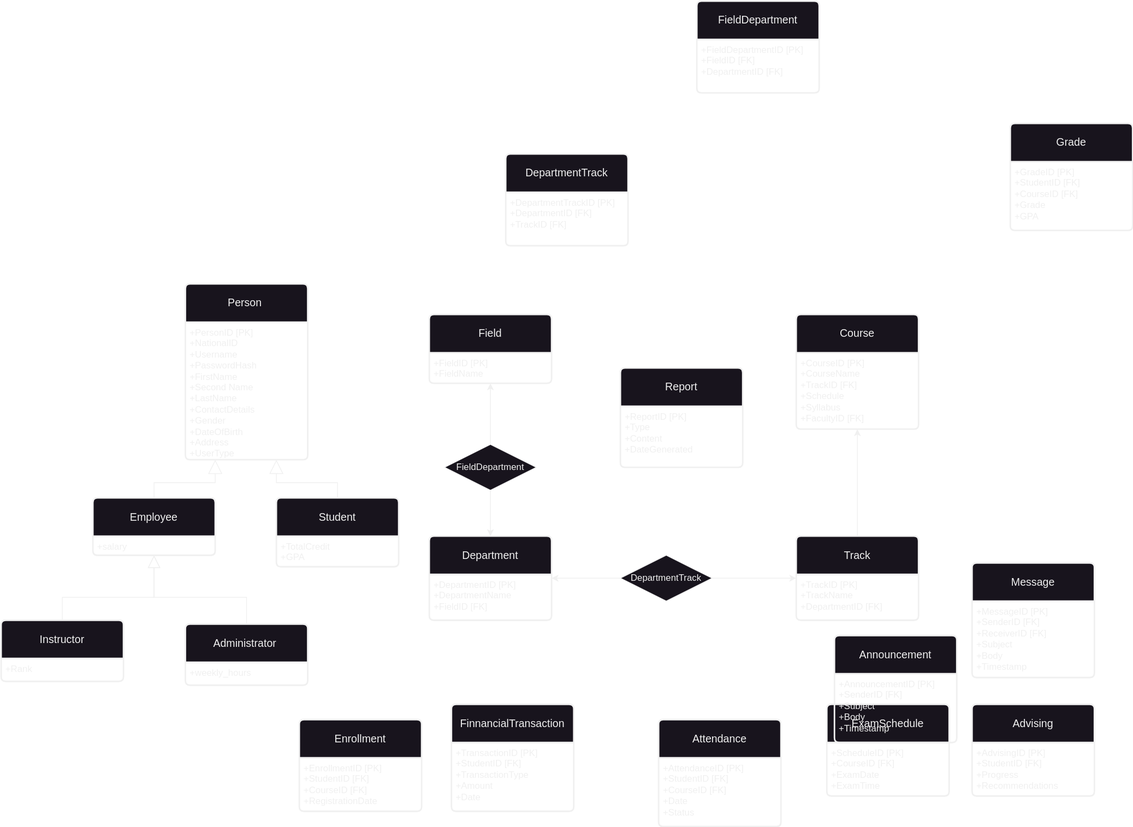
m-essam-s/LMS keeps this draw.io diagram as Documentation/EntityRelationshipDiagram.svg. Above is the earlier version. Source tidied: cells renumbered, new cells last; positions are measured from the earlier drawing's top-left corner, leaving out a move shared by most shapes.
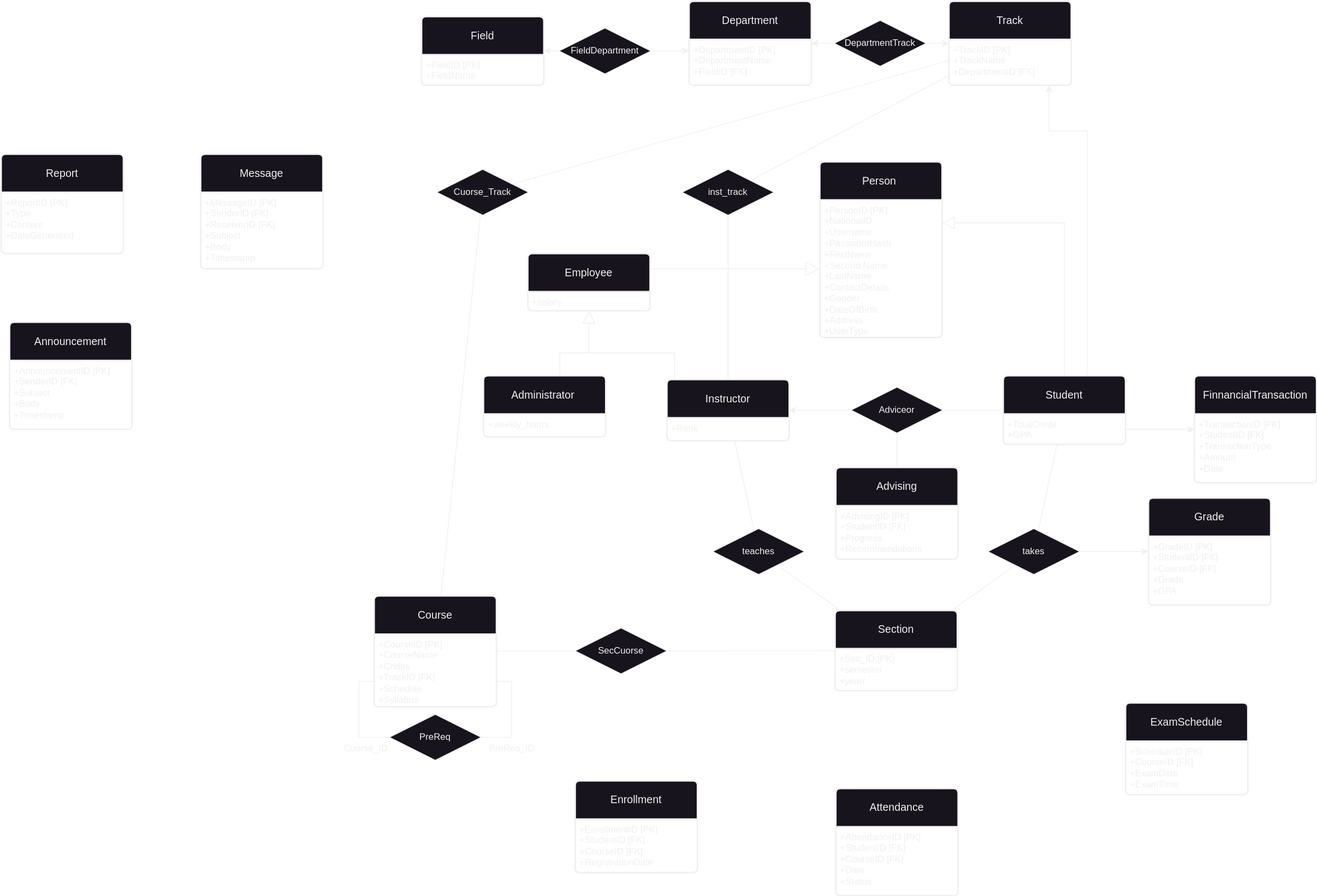
The same file after the commit.

Commit message:
Entity Relationship Diagram Updates

Change to the diagram source:
```diff
@@ -5,3 +5,3 @@
     <mxCell id="2" value="Person&amp;nbsp;" style="swimlane;horizontal=1;startSize=50;rounded=1;fontSize=14;fontStyle=0;strokeWidth=2;shadow=0;dashed=0;align=center;arcSize=4;whiteSpace=wrap;html=1;" parent="1" vertex="1">
-      <mxGeometry x="241" y="370" width="160" height="230" as="geometry" />
+      <mxGeometry x="320" y="530" width="160" height="230" as="geometry" />
     </mxCell>
@@ -11,3 +11,3 @@
     <mxCell id="4" value="Enrollment" style="swimlane;horizontal=1;startSize=50;rounded=1;fontSize=14;fontStyle=0;strokeWidth=2;shadow=0;dashed=0;align=center;arcSize=4;whiteSpace=wrap;html=1;" parent="1" vertex="1">
-      <mxGeometry x="390" y="940" width="160" height="120" as="geometry" />
+      <mxGeometry y="1340" width="160" height="120" as="geometry" />
     </mxCell>
@@ -17,3 +17,3 @@
     <mxCell id="6" value="Field" style="swimlane;horizontal=1;startSize=50;rounded=1;fontSize=14;fontStyle=0;strokeWidth=2;shadow=0;dashed=0;align=center;arcSize=4;whiteSpace=wrap;html=1;" parent="1" vertex="1">
-      <mxGeometry x="560" y="410" width="160" height="90" as="geometry" />
+      <mxGeometry x="-201" y="340" width="160" height="90" as="geometry" />
     </mxCell>
@@ -23,3 +23,3 @@
     <mxCell id="8" value="Grade" style="swimlane;horizontal=1;startSize=50;rounded=1;fontSize=14;fontStyle=0;strokeWidth=2;shadow=0;dashed=0;align=center;arcSize=4;whiteSpace=wrap;html=1;" parent="1" vertex="1">
-      <mxGeometry x="1320" y="160" width="160" height="140" as="geometry" />
+      <mxGeometry x="750" y="970" width="160" height="140" as="geometry" />
     </mxCell>
@@ -29,3 +29,3 @@
     <mxCell id="10" value="Department" style="swimlane;horizontal=1;startSize=50;rounded=1;fontSize=14;fontStyle=0;strokeWidth=2;shadow=0;dashed=0;align=center;arcSize=4;whiteSpace=wrap;html=1;" parent="1" vertex="1">
-      <mxGeometry x="560" y="700" width="160" height="110" as="geometry" />
+      <mxGeometry x="149" y="320" width="160" height="110" as="geometry" />
     </mxCell>
@@ -35,3 +35,3 @@
     <mxCell id="12" value="ExamSchedule" style="swimlane;horizontal=1;startSize=50;rounded=1;fontSize=14;fontStyle=0;strokeWidth=2;shadow=0;dashed=0;align=center;arcSize=4;whiteSpace=wrap;html=1;" parent="1" vertex="1">
-      <mxGeometry x="1080" y="920" width="160" height="120" as="geometry" />
+      <mxGeometry x="720" y="1238" width="160" height="120" as="geometry" />
     </mxCell>
@@ -41,3 +41,3 @@
     <mxCell id="14" value="Attendance" style="swimlane;horizontal=1;startSize=50;rounded=1;fontSize=14;fontStyle=0;strokeWidth=2;shadow=0;dashed=0;align=center;arcSize=4;whiteSpace=wrap;html=1;" parent="1" vertex="1">
-      <mxGeometry x="860" y="940" width="160" height="140" as="geometry" />
+      <mxGeometry x="341" y="1350" width="160" height="140" as="geometry" />
     </mxCell>
@@ -46,7 +46,4 @@
     </mxCell>
-    <mxCell id="16" style="edgeStyle=orthogonalEdgeStyle;rounded=0;jettySize=auto;html=1;" parent="1" edge="1" source="17" target="22">
-      <mxGeometry relative="1" as="geometry" />
-    </mxCell>
     <mxCell id="17" value="Track" style="swimlane;horizontal=1;startSize=50;rounded=1;fontSize=14;fontStyle=0;strokeWidth=2;shadow=0;dashed=0;align=center;arcSize=4;whiteSpace=wrap;html=1;" parent="1" vertex="1">
-      <mxGeometry x="1040" y="700" width="160" height="110" as="geometry" />
+      <mxGeometry x="489" y="320" width="160" height="110" as="geometry" />
     </mxCell>
@@ -56,3 +53,3 @@
     <mxCell id="19" value="FinnancialTransaction" style="swimlane;horizontal=1;startSize=50;rounded=1;fontSize=14;fontStyle=0;strokeWidth=2;shadow=0;dashed=0;align=center;arcSize=4;whiteSpace=wrap;html=1;" parent="1" vertex="1">
-      <mxGeometry x="589" y="920" width="160" height="140" as="geometry" />
+      <mxGeometry x="810" y="810" width="160" height="140" as="geometry" />
     </mxCell>
@@ -62,9 +59,9 @@
     <mxCell id="21" value="Course" style="swimlane;horizontal=1;startSize=50;rounded=1;fontSize=14;fontStyle=0;strokeWidth=2;shadow=0;dashed=0;align=center;arcSize=4;whiteSpace=wrap;html=1;" parent="1" vertex="1">
-      <mxGeometry x="1040" y="410" width="160" height="150" as="geometry" />
+      <mxGeometry x="-263" y="1098" width="160" height="145" as="geometry" />
     </mxCell>
-    <mxCell id="22" value="+CourseID [PK]&lt;br&gt;+CourseName&lt;br&gt;+TrackID [FK]&lt;br&gt;+Schedule&lt;br&gt;+Syllabus&lt;br&gt;+FacultyID [FK]" style="align=left;strokeColor=none;fillColor=none;spacingLeft=4;fontSize=12;verticalAlign=top;html=1;" parent="21" vertex="1">
-      <mxGeometry y="50" width="160" height="100" as="geometry" />
+    <mxCell id="22" value="+CourseID [PK]&lt;br&gt;+CourseName&lt;br&gt;+Cridits&lt;br&gt;+TrackID [FK]&lt;br&gt;+Schedule&lt;br&gt;+Syllabus" style="align=left;strokeColor=none;fillColor=none;spacingLeft=4;fontSize=12;verticalAlign=top;html=1;" parent="21" vertex="1">
+      <mxGeometry y="50" width="160" height="95" as="geometry" />
     </mxCell>
     <mxCell id="23" value="Message" style="swimlane;horizontal=1;startSize=50;rounded=1;fontSize=14;fontStyle=0;strokeWidth=2;shadow=0;dashed=0;align=center;arcSize=4;whiteSpace=wrap;html=1;" parent="1" vertex="1">
-      <mxGeometry x="1270" y="735" width="160" height="150" as="geometry" />
+      <mxGeometry x="-490" y="520" width="160" height="150" as="geometry" />
     </mxCell>
@@ -74,3 +71,3 @@
     <mxCell id="25" value="Report" style="swimlane;horizontal=1;startSize=50;rounded=1;fontSize=14;fontStyle=0;strokeWidth=2;shadow=0;dashed=0;align=center;arcSize=4;whiteSpace=wrap;html=1;" parent="1" vertex="1">
-      <mxGeometry x="810" y="480" width="160" height="130" as="geometry" />
+      <mxGeometry x="-751" y="520" width="160" height="130" as="geometry" />
     </mxCell>
@@ -79,16 +76,4 @@
     </mxCell>
-    <mxCell id="27" value="FieldDepartment" style="swimlane;horizontal=1;startSize=50;rounded=1;fontSize=14;fontStyle=0;strokeWidth=2;shadow=0;dashed=0;align=center;arcSize=4;whiteSpace=wrap;html=1;" parent="1" vertex="1">
-      <mxGeometry x="910" width="160" height="120" as="geometry" />
-    </mxCell>
-    <mxCell id="28" value="+FieldDepartmentID [PK]&lt;br&gt;+FieldID [FK]&lt;br&gt;+DepartmentID [FK]" style="align=left;strokeColor=none;fillColor=none;spacingLeft=4;fontSize=12;verticalAlign=top;html=1;" parent="27" vertex="1">
-      <mxGeometry y="50" width="160" height="70" as="geometry" />
-    </mxCell>
-    <mxCell id="29" value="DepartmentTrack" style="swimlane;horizontal=1;startSize=50;rounded=1;fontSize=14;fontStyle=0;strokeWidth=2;shadow=0;dashed=0;align=center;arcSize=4;whiteSpace=wrap;html=1;" parent="1" vertex="1">
-      <mxGeometry x="660" y="200" width="160" height="120" as="geometry" />
-    </mxCell>
-    <mxCell id="30" value="+DepartmentTrackID [PK]&lt;br&gt;+DepartmentID [FK]&lt;br&gt;+TrackID [FK]&lt;span style=&quot;white-space: pre;&quot;&gt;&#9;&lt;/span&gt;" style="align=left;strokeColor=none;fillColor=none;spacingLeft=4;fontSize=12;verticalAlign=top;html=1;" parent="29" vertex="1">
-      <mxGeometry y="50" width="160" height="70" as="geometry" />
-    </mxCell>
     <mxCell id="31" value="Announcement" style="swimlane;horizontal=1;startSize=50;rounded=1;fontSize=14;fontStyle=0;strokeWidth=2;shadow=0;dashed=0;align=center;arcSize=4;whiteSpace=wrap;html=1;" parent="1" vertex="1">
-      <mxGeometry x="1090" y="830" width="160" height="140" as="geometry" />
+      <mxGeometry x="-740" y="740" width="160" height="140" as="geometry" />
     </mxCell>
@@ -98,3 +83,3 @@
     <mxCell id="33" value="Advising" style="swimlane;horizontal=1;startSize=50;rounded=1;fontSize=14;fontStyle=0;strokeWidth=2;shadow=0;dashed=0;align=center;arcSize=4;whiteSpace=wrap;html=1;" parent="1" vertex="1">
-      <mxGeometry x="1270" y="920" width="160" height="120" as="geometry" />
+      <mxGeometry x="341" y="930" width="160" height="120" as="geometry" />
     </mxCell>
@@ -106,4 +91,4 @@
         <Array as="points">
-          <mxPoint x="200" y="630" />
-          <mxPoint x="280" y="630" />
+          <mxPoint x="150" y="670" />
+          <mxPoint x="150" y="670" />
         </Array>
@@ -112,3 +97,3 @@
     <mxCell id="36" value="Employee" style="swimlane;horizontal=1;startSize=50;rounded=1;fontSize=14;fontStyle=0;strokeWidth=2;shadow=0;dashed=0;align=center;arcSize=4;whiteSpace=wrap;html=1;" parent="1" vertex="1">
-      <mxGeometry x="120" y="650" width="160" height="75" as="geometry" />
+      <mxGeometry x="-62" y="650" width="160" height="75" as="geometry" />
     </mxCell>
@@ -117,4 +102,23 @@
     </mxCell>
+    <mxCell id="53" style="edgeStyle=orthogonalEdgeStyle;rounded=0;jettySize=auto;html=1;endSize=14;endArrow=block;endFill=0;" parent="1" edge="1" source="38" target="3">
+      <mxGeometry relative="1" as="geometry">
+        <Array as="points">
+          <mxPoint x="640" y="610" />
+          <mxPoint x="360" y="610" />
+        </Array>
+      </mxGeometry>
+    </mxCell>
+    <mxCell id="54" style="edgeStyle=orthogonalEdgeStyle;rounded=0;jettySize=auto;html=1;entryX=1;entryY=0.5;entryDx=0;entryDy=0;endArrow=none;endFill=0;" parent="1" edge="1" source="38" target="58">
+      <mxGeometry relative="1" as="geometry" />
+    </mxCell>
+    <mxCell id="55" style="edgeStyle=orthogonalEdgeStyle;rounded=0;jettySize=auto;html=1;" parent="1" edge="1" source="38" target="17">
+      <mxGeometry relative="1" as="geometry">
+        <Array as="points">
+          <mxPoint x="670" y="490" />
+          <mxPoint x="620" y="490" />
+        </Array>
+      </mxGeometry>
+    </mxCell>
     <mxCell id="38" value="Student" style="swimlane;horizontal=1;startSize=50;rounded=1;fontSize=14;fontStyle=0;strokeWidth=2;shadow=0;dashed=0;align=center;arcSize=4;whiteSpace=wrap;html=1;" parent="1" vertex="1">
-      <mxGeometry x="360" y="650" width="160" height="90" as="geometry" />
+      <mxGeometry x="560" y="810" width="160" height="90" as="geometry" />
     </mxCell>
@@ -126,4 +130,4 @@
         <Array as="points">
-          <mxPoint x="80" y="780" />
-          <mxPoint x="200" y="780" />
+          <mxPoint x="130" y="780" />
+          <mxPoint x="18" y="780" />
         </Array>
@@ -132,3 +136,3 @@
     <mxCell id="41" value="Instructor" style="swimlane;horizontal=1;startSize=50;rounded=1;fontSize=14;fontStyle=0;strokeWidth=2;shadow=0;dashed=0;align=center;arcSize=4;whiteSpace=wrap;html=1;" parent="1" vertex="1">
-      <mxGeometry y="810" width="160" height="80" as="geometry" />
+      <mxGeometry x="120" y="815" width="160" height="80" as="geometry" />
     </mxCell>
@@ -140,4 +144,4 @@
         <Array as="points">
-          <mxPoint x="321" y="780" />
-          <mxPoint x="200" y="780" />
+          <mxPoint x="-20" y="780" />
+          <mxPoint x="18" y="780" />
         </Array>
@@ -146,3 +150,3 @@
     <mxCell id="44" value="Administrator&amp;nbsp;" style="swimlane;horizontal=1;startSize=50;rounded=1;fontSize=14;fontStyle=0;strokeWidth=2;shadow=0;dashed=0;align=center;arcSize=4;whiteSpace=wrap;html=1;" parent="1" vertex="1">
-      <mxGeometry x="241" y="815" width="160" height="80" as="geometry" />
+      <mxGeometry x="-120" y="810" width="160" height="80" as="geometry" />
     </mxCell>
@@ -151,14 +155,9 @@
     </mxCell>
-    <mxCell id="46" style="edgeStyle=orthogonalEdgeStyle;rounded=0;orthogonalLoop=1;jettySize=auto;html=1;endArrow=block;endFill=0;startSize=6;endSize=16;exitX=0.5;exitY=0;exitDx=0;exitDy=0;" parent="1" edge="1">
-      <mxGeometry relative="1" as="geometry">
-        <mxPoint x="440" y="650" as="sourcePoint" />
-        <mxPoint x="360" y="600" as="targetPoint" />
-        <Array as="points">
-          <mxPoint x="440" y="630" />
-          <mxPoint x="360" y="630" />
-        </Array>
-      </mxGeometry>
-    </mxCell>
     <mxCell id="47" style="edgeStyle=orthogonalEdgeStyle;rounded=0;jettySize=auto;html=1;" parent="1" edge="1" source="49" target="10">
-      <mxGeometry relative="1" as="geometry" />
+      <mxGeometry relative="1" as="geometry">
+        <Array as="points">
+          <mxPoint x="129" y="385" />
+          <mxPoint x="129" y="385" />
+        </Array>
+      </mxGeometry>
     </mxCell>
@@ -168,3 +167,3 @@
     <mxCell id="49" value="FieldDepartment" style="shape=rhombus;perimeter=rhombusPerimeter;whiteSpace=wrap;html=1;align=center;" parent="1" vertex="1">
-      <mxGeometry x="580" y="580" width="120" height="60" as="geometry" />
+      <mxGeometry x="-21" y="355" width="120" height="60" as="geometry" />
     </mxCell>
@@ -177,4 +176,95 @@
     <mxCell id="52" value="DepartmentTrack" style="shape=rhombus;perimeter=rhombusPerimeter;whiteSpace=wrap;html=1;align=center;" parent="1" vertex="1">
-      <mxGeometry x="810" y="725" width="120" height="60" as="geometry" />
+      <mxGeometry x="339" y="345" width="120" height="60" as="geometry" />
     </mxCell>
+    <mxCell id="56" style="edgeStyle=orthogonalEdgeStyle;rounded=0;jettySize=auto;html=1;entryX=1;entryY=0.5;entryDx=0;entryDy=0;" parent="1" edge="1" source="58" target="41">
+      <mxGeometry relative="1" as="geometry" />
+    </mxCell>
+    <mxCell id="57" style="edgeStyle=orthogonalEdgeStyle;rounded=0;jettySize=auto;html=1;entryX=0.5;entryY=0;entryDx=0;entryDy=0;endArrow=none;endFill=0;" parent="1" edge="1" source="58" target="33">
+      <mxGeometry relative="1" as="geometry" />
+    </mxCell>
+    <mxCell id="58" value="Adviceor" style="shape=rhombus;perimeter=rhombusPerimeter;whiteSpace=wrap;html=1;align=center;" parent="1" vertex="1">
+      <mxGeometry x="361" y="825" width="120" height="60" as="geometry" />
+    </mxCell>
+    <mxCell id="59" style="edgeStyle=orthogonalEdgeStyle;rounded=0;jettySize=auto;html=1;" parent="1" edge="1" source="39" target="19">
+      <mxGeometry relative="1" as="geometry" />
+    </mxCell>
+    <mxCell id="60" style="edgeStyle=orthogonalEdgeStyle;rounded=0;jettySize=auto;html=1;endArrow=none;endFill=0;" parent="1" edge="1" source="62" target="21">
+      <mxGeometry relative="1" as="geometry">
+        <Array as="points">
+          <mxPoint x="-283" y="1283" />
+          <mxPoint x="-283" y="1210" />
+        </Array>
+      </mxGeometry>
+    </mxCell>
+    <mxCell id="61" style="edgeStyle=orthogonalEdgeStyle;rounded=0;jettySize=auto;html=1;endArrow=none;endFill=0;" parent="1" edge="1" source="62" target="21">
+      <mxGeometry relative="1" as="geometry">
+        <Array as="points">
+          <mxPoint x="-83" y="1283" />
+          <mxPoint x="-83" y="1210" />
+        </Array>
+      </mxGeometry>
+    </mxCell>
+    <mxCell id="62" value="PreReq" style="shape=rhombus;perimeter=rhombusPerimeter;whiteSpace=wrap;html=1;align=center;" parent="1" vertex="1">
+      <mxGeometry x="-243" y="1253" width="120" height="60" as="geometry" />
+    </mxCell>
+    <mxCell id="63" value="PreReq_ID" style="text;html=1;align=center;verticalAlign=middle;strokeColor=none;fillColor=none;" parent="1" vertex="1">
+      <mxGeometry x="-123" y="1283" width="80" height="30" as="geometry" />
+    </mxCell>
+    <mxCell id="64" value="Cuorse_ID" style="text;html=1;align=center;verticalAlign=middle;strokeColor=none;fillColor=none;" parent="1" vertex="1">
+      <mxGeometry x="-314" y="1283" width="80" height="30" as="geometry" />
+    </mxCell>
+    <mxCell id="65" style="edgeStyle=orthogonalEdgeStyle;rounded=0;jettySize=auto;html=1;" parent="1" edge="1" source="66" target="8">
+      <mxGeometry relative="1" as="geometry" />
+    </mxCell>
+    <mxCell id="66" value="takes" style="shape=rhombus;perimeter=rhombusPerimeter;whiteSpace=wrap;html=1;align=center;" parent="1" vertex="1">
+      <mxGeometry x="540" y="1010" width="120" height="60" as="geometry" />
+    </mxCell>
+    <mxCell id="67" value="teaches" style="shape=rhombus;perimeter=rhombusPerimeter;whiteSpace=wrap;html=1;align=center;" parent="1" vertex="1">
+      <mxGeometry x="180" y="1010" width="120" height="60" as="geometry" />
+    </mxCell>
+    <mxCell id="68" value="Section" style="swimlane;horizontal=1;startSize=50;rounded=1;fontSize=14;fontStyle=0;strokeWidth=2;shadow=0;dashed=0;align=center;arcSize=4;whiteSpace=wrap;html=1;" parent="1" vertex="1">
+      <mxGeometry x="340" y="1117" width="160" height="105" as="geometry" />
+    </mxCell>
+    <mxCell id="69" value="+Sec_ID [PK]&lt;br&gt;+semester&lt;br&gt;+yearr" style="align=left;strokeColor=none;fillColor=none;spacingLeft=4;fontSize=12;verticalAlign=top;html=1;" parent="68" vertex="1">
+      <mxGeometry y="50" width="160" height="55" as="geometry" />
+    </mxCell>
+    <mxCell id="70" style="endArrow=none;html=1;rounded=0;" parent="1" edge="1" source="68" target="67">
+      <mxGeometry relative="1" as="geometry" />
+    </mxCell>
+    <mxCell id="71" style="endArrow=none;html=1;rounded=0;" parent="1" edge="1" source="66" target="68">
+      <mxGeometry relative="1" as="geometry" />
+    </mxCell>
+    <mxCell id="72" style="endArrow=none;html=1;rounded=0;" parent="1" edge="1" source="67" target="41">
+      <mxGeometry relative="1" as="geometry" />
+    </mxCell>
+    <mxCell id="73" style="endArrow=none;html=1;rounded=0;" parent="1" edge="1" source="38" target="66">
+      <mxGeometry relative="1" as="geometry" />
+    </mxCell>
+    <mxCell id="74" value="SecCuorse" style="shape=rhombus;perimeter=rhombusPerimeter;whiteSpace=wrap;html=1;align=center;" parent="1" vertex="1">
+      <mxGeometry y="1140" width="120" height="60" as="geometry" />
+    </mxCell>
+    <mxCell id="75" style="endArrow=none;html=1;rounded=0;" parent="1" edge="1" source="21" target="74">
+      <mxGeometry relative="1" as="geometry" />
+    </mxCell>
+    <mxCell id="76" style="endArrow=none;html=1;rounded=0;" parent="1" edge="1" source="74" target="68">
+      <mxGeometry relative="1" as="geometry" />
+    </mxCell>
+    <mxCell id="77" value="Cuorse_Track" style="shape=rhombus;perimeter=rhombusPerimeter;whiteSpace=wrap;html=1;align=center;" parent="1" vertex="1">
+      <mxGeometry x="-181" y="540" width="120" height="60" as="geometry" />
+    </mxCell>
+    <mxCell id="78" style="endArrow=none;html=1;rounded=0;" parent="1" edge="1" source="77" target="17">
+      <mxGeometry relative="1" as="geometry" />
+    </mxCell>
+    <mxCell id="79" style="endArrow=none;html=1;rounded=0;" parent="1" edge="1" source="21" target="77">
+      <mxGeometry relative="1" as="geometry" />
+    </mxCell>
+    <mxCell id="80" value="inst_track" style="shape=rhombus;perimeter=rhombusPerimeter;whiteSpace=wrap;html=1;align=center;" parent="1" vertex="1">
+      <mxGeometry x="140" y="540" width="120" height="60" as="geometry" />
+    </mxCell>
+    <mxCell id="81" style="endArrow=none;html=1;rounded=0;" parent="1" edge="1" source="80" target="17">
+      <mxGeometry relative="1" as="geometry" />
+    </mxCell>
+    <mxCell id="82" style="endArrow=none;html=1;rounded=0;" parent="1" edge="1" source="41" target="80">
+      <mxGeometry relative="1" as="geometry" />
+    </mxCell>
   </root>
```
